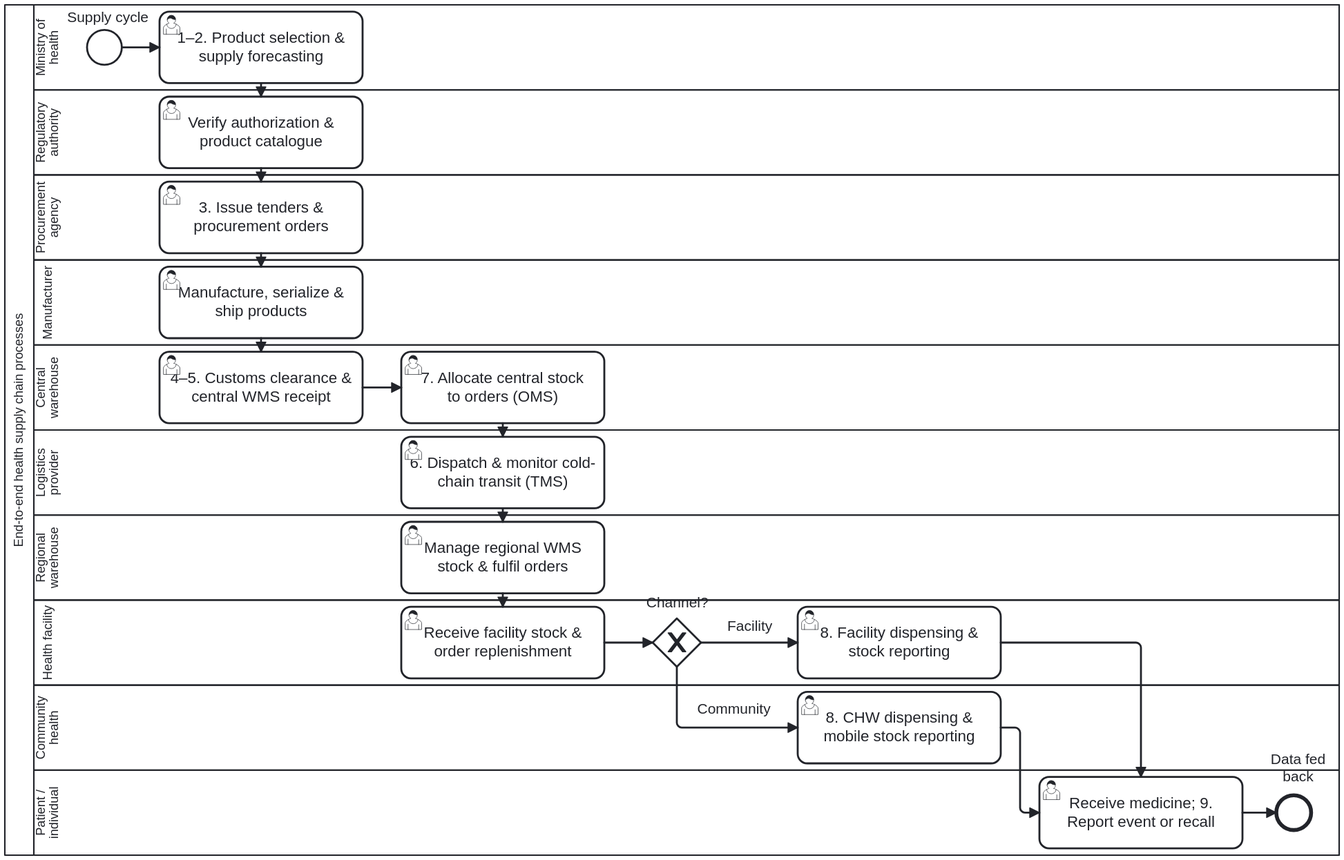
Above: folio/dth-sc/media/bp-sc-bp-02-end-to-end-supply-chain-processes.svg in litlfred/dth-sc (BPMN), before the change. Its source is kept beside it as folio/dth-sc/introduction/bp-sc-bp-02-end-to-end-supply-chain-processes.bpmn. Ids are renumbered.
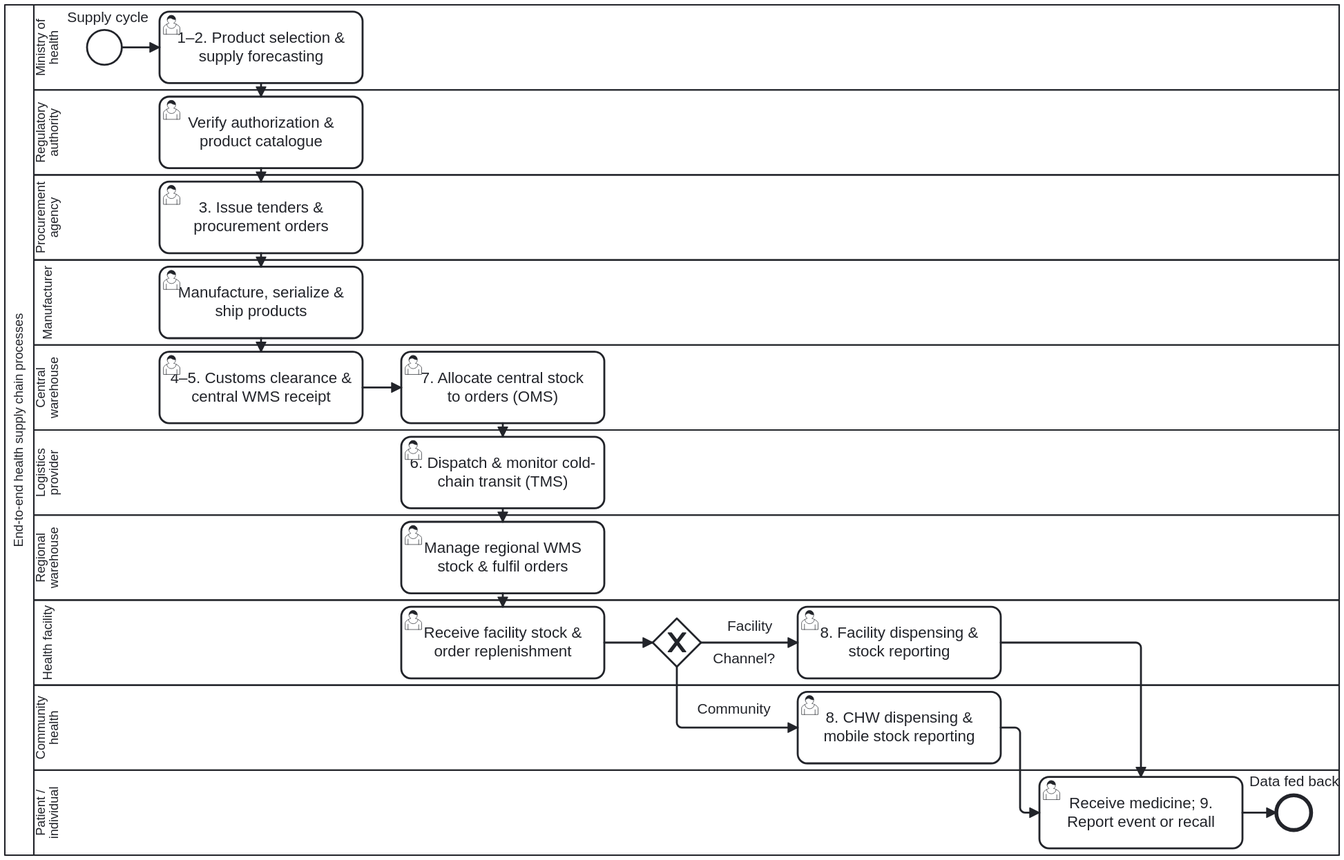
Above is the later version.

Commit message:
folio(dth-sc): move SC-BP-02 labels clear of lane lines per drawn text box

Change to the diagram source:
```diff
@@ -206,9 +206,7 @@
       </bpmndi:BPMNShape>
       <bpmndi:BPMNShape id="Gw_BP02_Channel_di" bpmnElement="Gw_BP02_Channel" isMarkerVisible="true">
         <dc:Bounds x="790" y="715" width="50" height="50" />
-        <bpmndi:BPMNLabel>
-          <dc:Bounds x="775" y="690" width="80" height="22" />
-        </bpmndi:BPMNLabel>
+        <bpmndi:BPMNLabel><dc:Bounds x="844" y="748" width="80" height="17" /></bpmndi:BPMNLabel>
       </bpmndi:BPMNShape>
       <bpmndi:BPMNShape id="Task_BP02_10_di" bpmnElement="Task_BP02_10">
         <dc:Bounds x="940" y="703" width="210" height="74" />
@@ -222,7 +220,7 @@
       <bpmndi:BPMNShape id="End_BP02_di" bpmnElement="End_BP02">
         <dc:Bounds x="1435" y="898" width="36" height="36" />
         <bpmndi:BPMNLabel>
-          <dc:Bounds x="1415" y="852" width="85" height="36" />
+          <dc:Bounds x="1403" y="875" width="100" height="18" />
         </bpmndi:BPMNLabel>
       </bpmndi:BPMNShape>
       <bpmndi:BPMNEdge id="Flow_BP02_01_di" bpmnElement="Flow_BP02_01">
```
